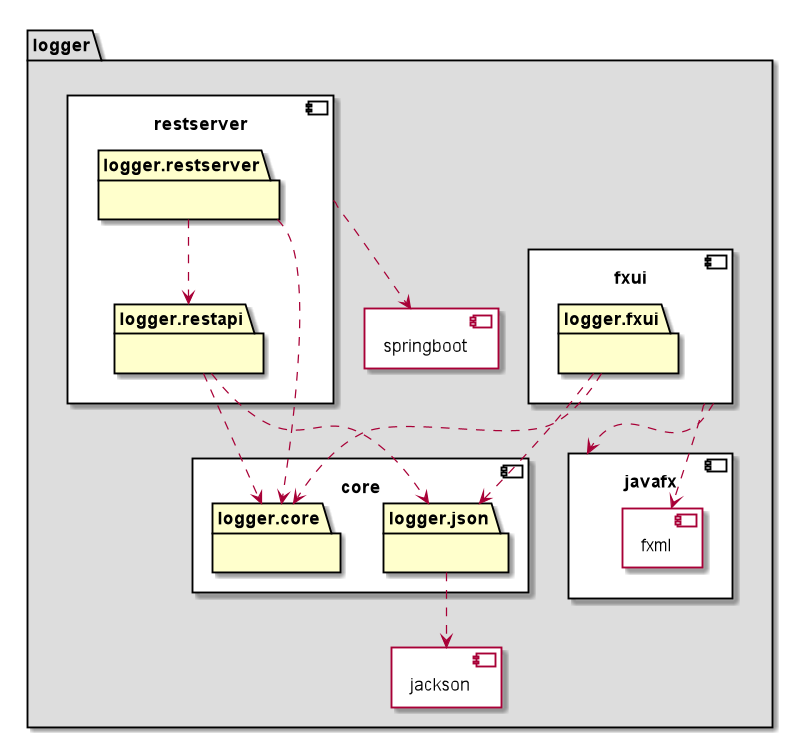
Earlier version of the PlantUML export logger/diagrams/package_diagram.png (Xtrah/IT1901).
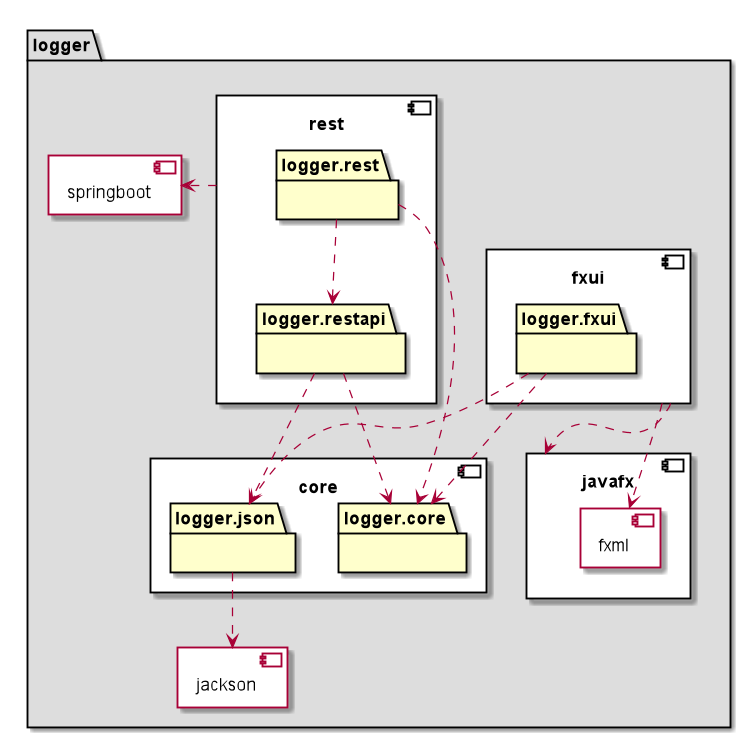
The same file after the commit.

Commit message:
docs: update package diagram #33

What changed in the source:
```diff
@@ -22,8 +22,8 @@
         }
     }
 
-    component restserver #00000 {
-        package logger.restserver #FFFFCC {
+    component rest #00000 {
+        package logger.rest #FFFFCC {
 
         }
         package logger.restapi #FFFFCC {
@@ -47,7 +47,7 @@
 logger.fxui ..> logger.json
 logger.fxui ..> logger.core
 
-restserver ..> springboot
+rest .> springboot
 
 logger.json ..> jackson
 
@@ -55,7 +55,7 @@
 logger.restapi ..> logger.json
 
 
-logger.restserver ..> logger.restapi
-logger.restserver ..> logger.core
+logger.rest ..> logger.restapi
+logger.rest ..> logger.core
 
 @enduml
```
